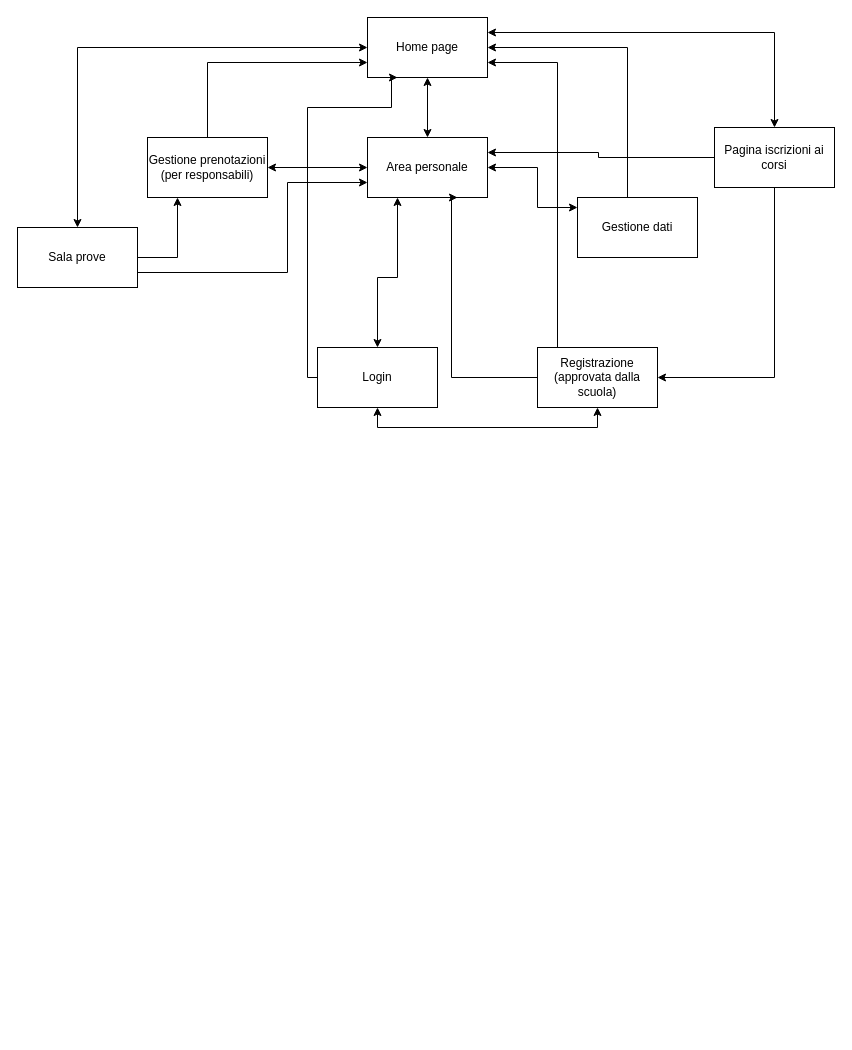
Earlier version of the draw.io diagram Albero_funzionalità.drawio (pirvllv/PWeb-Project_25-26_Ancri-Piralla-Suanno). Source tidied: cells renumbered, new cells numbered last; positions are measured from the earlier drawing's top-left corner, leaving out a move shared by most shapes. Both pictures are drawn from the tidied source at 100%, with x=0, y=0 at pixel (17, 17).
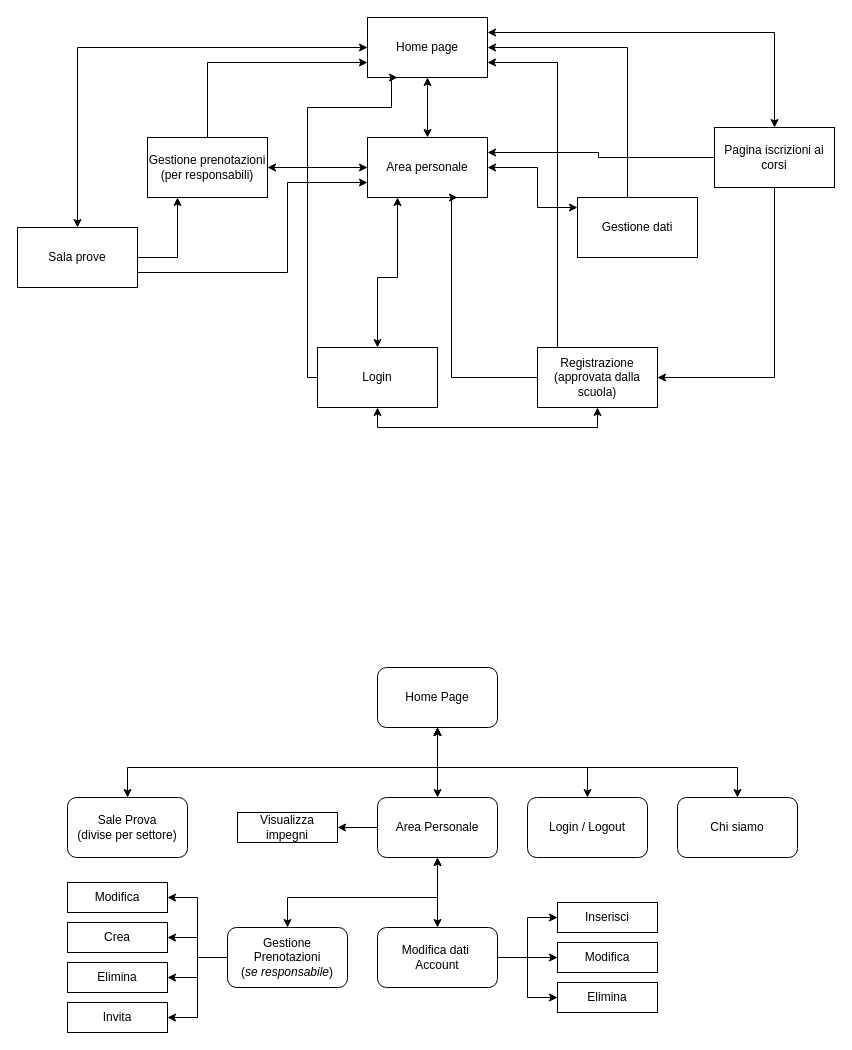
The same diagram, later.

Commit message (it also covers changes not shown here):
albero funzionalità per seconda consegna provvisorio

What changed in the source:
```diff
@@
+    <mxCell id="26" value="Home Page" style="rounded=1;whiteSpace=wrap;html=1;" parent="1" vertex="1">
+      <mxGeometry x="360" y="650" width="120" height="60" as="geometry" />
+    </mxCell>
+    <mxCell id="27" style="edgeStyle=orthogonalEdgeStyle;rounded=0;jettySize=auto;html=1;entryX=0;entryY=0.5;entryDx=0;entryDy=0;" parent="1" edge="1" source="30" target="48">
+      <mxGeometry relative="1" as="geometry" />
+    </mxCell>
+    <mxCell id="28" style="edgeStyle=orthogonalEdgeStyle;rounded=0;jettySize=auto;html=1;exitX=1;exitY=0.5;exitDx=0;exitDy=0;entryX=0;entryY=0.5;entryDx=0;entryDy=0;" parent="1" edge="1" source="30" target="47">
+      <mxGeometry relative="1" as="geometry" />
+    </mxCell>
+    <mxCell id="29" style="edgeStyle=orthogonalEdgeStyle;rounded=0;jettySize=auto;html=1;exitX=1;exitY=0.5;exitDx=0;exitDy=0;entryX=0;entryY=0.5;entryDx=0;entryDy=0;" parent="1" edge="1" source="30" target="49">
+      <mxGeometry relative="1" as="geometry" />
+    </mxCell>
+    <mxCell id="30" value="Modifica dati&amp;nbsp;&lt;div&gt;Account&lt;/div&gt;" style="rounded=1;whiteSpace=wrap;html=1;" parent="1" vertex="1">
+      <mxGeometry x="360" y="910" width="120" height="60" as="geometry" />
+    </mxCell>
+    <mxCell id="31" style="edgeStyle=orthogonalEdgeStyle;rounded=0;jettySize=auto;html=1;entryX=1;entryY=0.5;entryDx=0;entryDy=0;" parent="1" edge="1" source="35" target="51">
+      <mxGeometry relative="1" as="geometry" />
+    </mxCell>
+    <mxCell id="32" style="edgeStyle=orthogonalEdgeStyle;rounded=0;jettySize=auto;html=1;exitX=0;exitY=0.5;exitDx=0;exitDy=0;entryX=1;entryY=0.5;entryDx=0;entryDy=0;" parent="1" edge="1" source="35" target="52">
+      <mxGeometry relative="1" as="geometry" />
+    </mxCell>
+    <mxCell id="33" style="edgeStyle=orthogonalEdgeStyle;rounded=0;jettySize=auto;html=1;exitX=0;exitY=0.5;exitDx=0;exitDy=0;entryX=1;entryY=0.5;entryDx=0;entryDy=0;" parent="1" edge="1" source="35" target="53">
+      <mxGeometry relative="1" as="geometry" />
+    </mxCell>
+    <mxCell id="34" style="edgeStyle=orthogonalEdgeStyle;rounded=0;jettySize=auto;html=1;exitX=0;exitY=0.5;exitDx=0;exitDy=0;entryX=1;entryY=0.5;entryDx=0;entryDy=0;" parent="1" edge="1" source="35" target="54">
+      <mxGeometry relative="1" as="geometry" />
+    </mxCell>
+    <mxCell id="35" value="Gestione Prenotazioni&lt;div&gt;(&lt;i&gt;se responsabile&lt;/i&gt;)&lt;/div&gt;" style="rounded=1;whiteSpace=wrap;html=1;" parent="1" vertex="1">
+      <mxGeometry x="210" y="910" width="120" height="60" as="geometry" />
+    </mxCell>
+    <mxCell id="36" style="edgeStyle=orthogonalEdgeStyle;rounded=0;jettySize=auto;html=1;entryX=1;entryY=0.5;entryDx=0;entryDy=0;" parent="1" edge="1" source="37" target="50">
+      <mxGeometry relative="1" as="geometry" />
+    </mxCell>
+    <mxCell id="37" value="Area Personale" style="rounded=1;whiteSpace=wrap;html=1;" parent="1" vertex="1">
+      <mxGeometry x="360" y="780" width="120" height="60" as="geometry" />
+    </mxCell>
+    <mxCell id="38" value="Chi siamo" style="rounded=1;whiteSpace=wrap;html=1;" parent="1" vertex="1">
+      <mxGeometry x="660" y="780" width="120" height="60" as="geometry" />
+    </mxCell>
+    <mxCell id="39" value="Login / Logout" style="rounded=1;whiteSpace=wrap;html=1;" parent="1" vertex="1">
+      <mxGeometry x="510" y="780" width="120" height="60" as="geometry" />
+    </mxCell>
+    <mxCell id="40" value="Sale Prova&lt;div&gt;(divise per settore)&lt;/div&gt;" style="rounded=1;whiteSpace=wrap;html=1;" parent="1" vertex="1">
+      <mxGeometry x="50" y="780" width="120" height="60" as="geometry" />
+    </mxCell>
+    <mxCell id="41" style="endArrow=classic;startArrow=classic;html=1;rounded=0;exitX=0.5;exitY=0;exitDx=0;exitDy=0;entryX=0.5;entryY=1;entryDx=0;entryDy=0;" parent="1" edge="1" source="37" target="26">
+      <mxGeometry relative="1" as="geometry" />
+    </mxCell>
+    <mxCell id="42" style="endArrow=classic;startArrow=classic;html=1;rounded=0;exitX=0.5;exitY=0;exitDx=0;exitDy=0;entryX=0.5;entryY=1;entryDx=0;entryDy=0;" parent="1" edge="1" source="39" target="26">
+      <mxGeometry relative="1" as="geometry">
+        <Array as="points">
+          <mxPoint x="570" y="750" />
+          <mxPoint x="420" y="750" />
+        </Array>
+      </mxGeometry>
+    </mxCell>
+    <mxCell id="43" style="endArrow=classic;startArrow=classic;html=1;rounded=0;entryX=0.5;entryY=0;entryDx=0;entryDy=0;" parent="1" edge="1" target="38">
+      <mxGeometry relative="1" as="geometry">
+        <mxPoint x="420" y="710" as="sourcePoint" />
+        <Array as="points">
+          <mxPoint x="420" y="750" />
+          <mxPoint x="720" y="750" />
+        </Array>
+      </mxGeometry>
+    </mxCell>
+    <mxCell id="44" style="endArrow=classic;startArrow=classic;html=1;rounded=0;exitX=0.5;exitY=0;exitDx=0;exitDy=0;entryX=0.5;entryY=1;entryDx=0;entryDy=0;" parent="1" edge="1" source="40" target="26">
+      <mxGeometry relative="1" as="geometry">
+        <Array as="points">
+          <mxPoint x="110" y="750" />
+          <mxPoint x="420" y="750" />
+        </Array>
+      </mxGeometry>
+    </mxCell>
+    <mxCell id="45" style="endArrow=classic;startArrow=classic;html=1;rounded=0;entryX=0.5;entryY=1;entryDx=0;entryDy=0;exitX=0.5;exitY=0;exitDx=0;exitDy=0;" parent="1" edge="1" source="30" target="37">
+      <mxGeometry relative="1" as="geometry" />
+    </mxCell>
+    <mxCell id="46" style="endArrow=classic;startArrow=classic;html=1;rounded=0;entryX=0.5;entryY=1;entryDx=0;entryDy=0;exitX=0.5;exitY=0;exitDx=0;exitDy=0;" parent="1" edge="1" source="35" target="37">
+      <mxGeometry relative="1" as="geometry">
+        <Array as="points">
+          <mxPoint x="270" y="880" />
+          <mxPoint x="420" y="880" />
+        </Array>
+      </mxGeometry>
+    </mxCell>
+    <mxCell id="47" value="Modifica" style="rounded=0;whiteSpace=wrap;html=1;" parent="1" vertex="1">
+      <mxGeometry x="540" y="925" width="100" height="30" as="geometry" />
+    </mxCell>
+    <mxCell id="48" value="Inserisci" style="rounded=0;whiteSpace=wrap;html=1;" parent="1" vertex="1">
+      <mxGeometry x="540" y="885" width="100" height="30" as="geometry" />
+    </mxCell>
+    <mxCell id="49" value="El&lt;span style=&quot;background-color: transparent; color: light-dark(rgb(0, 0, 0), rgb(255, 255, 255));&quot;&gt;imina&lt;/span&gt;" style="rounded=0;whiteSpace=wrap;html=1;" parent="1" vertex="1">
+      <mxGeometry x="540" y="965" width="100" height="30" as="geometry" />
+    </mxCell>
+    <mxCell id="50" value="Visualizza impegni" style="rounded=0;whiteSpace=wrap;html=1;" parent="1" vertex="1">
+      <mxGeometry x="220" y="795" width="100" height="30" as="geometry" />
+    </mxCell>
+    <mxCell id="51" value="Modifica" style="rounded=0;whiteSpace=wrap;html=1;" parent="1" vertex="1">
+      <mxGeometry x="50" y="865" width="100" height="30" as="geometry" />
+    </mxCell>
+    <mxCell id="52" value="Crea" style="rounded=0;whiteSpace=wrap;html=1;" parent="1" vertex="1">
+      <mxGeometry x="50" y="905" width="100" height="30" as="geometry" />
+    </mxCell>
+    <mxCell id="53" value="Elimina" style="rounded=0;whiteSpace=wrap;html=1;" parent="1" vertex="1">
+      <mxGeometry x="50" y="945" width="100" height="30" as="geometry" />
+    </mxCell>
+    <mxCell id="54" value="Invita" style="rounded=0;whiteSpace=wrap;html=1;" parent="1" vertex="1">
+      <mxGeometry x="50" y="985" width="100" height="30" as="geometry" />
+    </mxCell>
```
